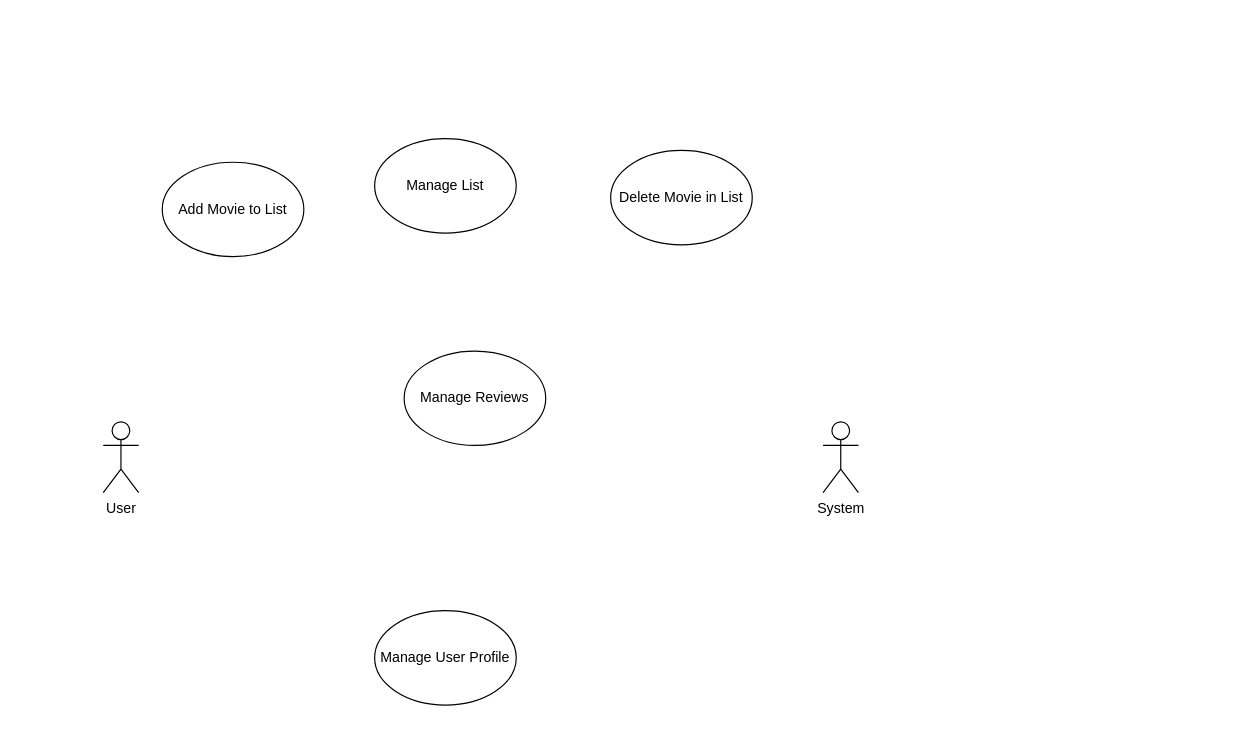
Earlier version of the draw.io diagram Use Case Diagram - MovieList.drawio (randyisalive/MovieList-FinalProject). Source tidied: cells renumbered, new cells numbered last; positions are measured from the earlier drawing's top-left corner, leaving out a move shared by most shapes. Both pictures are drawn from the tidied source at 118%, with x=0, y=0 at pixel (103, 138).
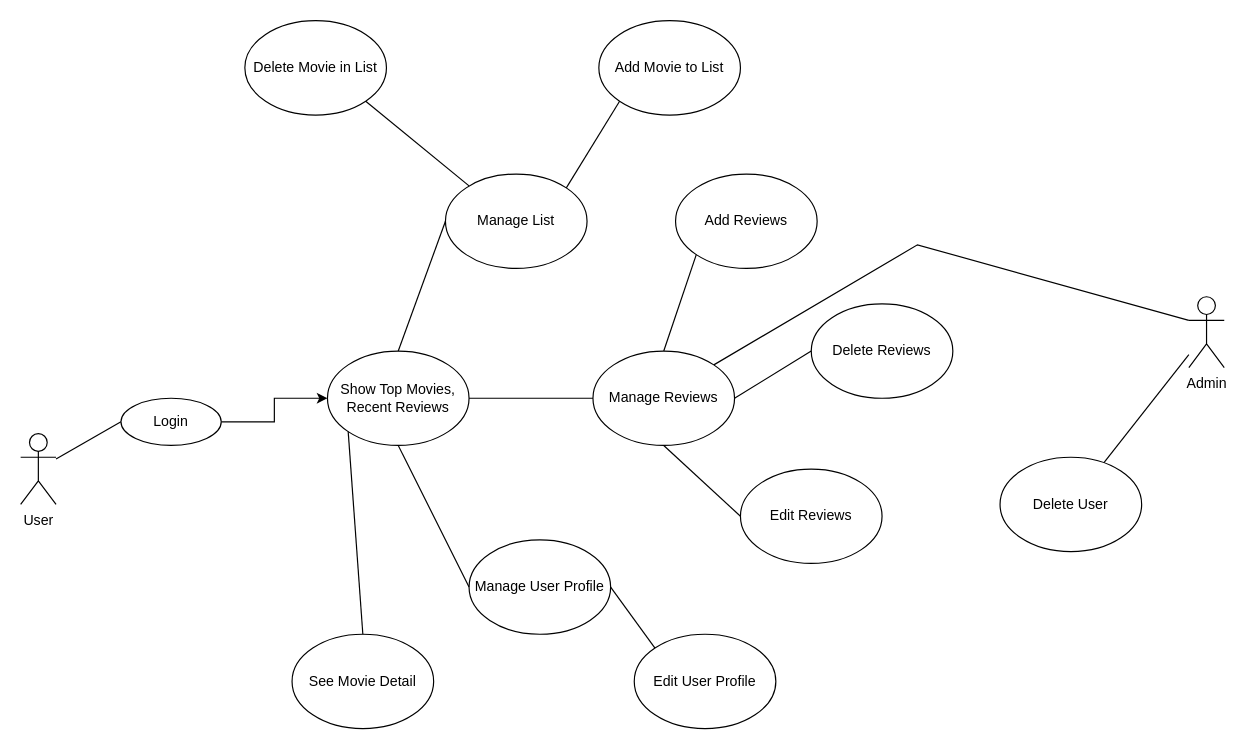
The same page after the edit.

Change to the diagram source:
```diff
@@
     <mxCell id="2" value="User" style="shape=umlActor;verticalLabelPosition=bottom;verticalAlign=top;html=1;outlineConnect=0;" parent="1" vertex="1">
-      <mxGeometry y="240" width="30" height="60" as="geometry" />
+      <mxGeometry x="-70" y="250" width="30" height="60" as="geometry" />
     </mxCell>
-    <mxCell id="3" value="System" style="shape=umlActor;verticalLabelPosition=bottom;verticalAlign=top;html=1;outlineConnect=0;" parent="1" vertex="1">
-      <mxGeometry x="610" y="240" width="30" height="60" as="geometry" />
+    <mxCell id="3" value="Admin" style="shape=umlActor;verticalLabelPosition=bottom;verticalAlign=top;html=1;outlineConnect=0;" parent="1" vertex="1">
+      <mxGeometry x="920" y="134" width="30" height="60" as="geometry" />
     </mxCell>
     <mxCell id="4" value="Manage List" style="ellipse;whiteSpace=wrap;html=1;" parent="1" vertex="1">
-      <mxGeometry x="230" width="120" height="80" as="geometry" />
+      <mxGeometry x="290" y="30" width="120" height="80" as="geometry" />
     </mxCell>
     <mxCell id="5" value="Manage Reviews" style="ellipse;whiteSpace=wrap;html=1;" parent="1" vertex="1">
-      <mxGeometry x="255" y="180" width="120" height="80" as="geometry" />
+      <mxGeometry x="415" y="180" width="120" height="80" as="geometry" />
     </mxCell>
     <mxCell id="6" value="Manage User Profile" style="ellipse;whiteSpace=wrap;html=1;" parent="1" vertex="1">
-      <mxGeometry x="230" y="400" width="120" height="80" as="geometry" />
+      <mxGeometry x="310" y="340" width="120" height="80" as="geometry" />
     </mxCell>
+    <mxCell id="8" value="Delete Movie in List" style="ellipse;whiteSpace=wrap;html=1;" parent="1" vertex="1">
+      <mxGeometry x="120" y="-100" width="120" height="80" as="geometry" />
+    </mxCell>
+    <mxCell id="9" value="Add Reviews" style="ellipse;whiteSpace=wrap;html=1;" parent="1" vertex="1">
+      <mxGeometry x="485" y="30" width="120" height="80" as="geometry" />
+    </mxCell>
+    <mxCell id="10" value="Edit Reviews" style="ellipse;whiteSpace=wrap;html=1;" parent="1" vertex="1">
+      <mxGeometry x="540" y="280" width="120" height="80" as="geometry" />
+    </mxCell>
+    <mxCell id="11" value="Delete Reviews" style="ellipse;whiteSpace=wrap;html=1;" parent="1" vertex="1">
+      <mxGeometry x="600" y="140" width="120" height="80" as="geometry" />
+    </mxCell>
+    <mxCell id="12" value="Edit User Profile" style="ellipse;whiteSpace=wrap;html=1;" parent="1" vertex="1">
+      <mxGeometry x="450" y="420" width="120" height="80" as="geometry" />
+    </mxCell>
+    <mxCell id="13" value="Delete User" style="ellipse;whiteSpace=wrap;html=1;" parent="1" vertex="1">
+      <mxGeometry x="760" y="270" width="120" height="80" as="geometry" />
+    </mxCell>
+    <mxCell id="14" style="edgeStyle=orthogonalEdgeStyle;rounded=0;jettySize=auto;html=1;" parent="1" edge="1" source="15" target="17">
+      <mxGeometry relative="1" as="geometry" />
+    </mxCell>
+    <mxCell id="15" value="Login" style="ellipse;whiteSpace=wrap;html=1;" parent="1" vertex="1">
+      <mxGeometry x="15" y="220" width="85" height="40" as="geometry" />
+    </mxCell>
+    <mxCell id="16" style="endArrow=none;html=1;rounded=0;entryX=0;entryY=0.5;entryDx=0;entryDy=0;" parent="1" edge="1" source="2" target="15">
+      <mxGeometry relative="1" as="geometry" />
+    </mxCell>
+    <mxCell id="17" value="Show Top Movies, Recent Reviews" style="ellipse;whiteSpace=wrap;html=1;" parent="1" vertex="1">
+      <mxGeometry x="190" y="180" width="120" height="80" as="geometry" />
+    </mxCell>
+    <mxCell id="18" style="endArrow=none;html=1;rounded=0;entryX=0;entryY=0.5;entryDx=0;entryDy=0;exitX=0.5;exitY=0;exitDx=0;exitDy=0;" parent="1" edge="1" source="17" target="4">
+      <mxGeometry relative="1" as="geometry" />
+    </mxCell>
+    <mxCell id="19" style="endArrow=none;html=1;rounded=0;entryX=1;entryY=1;entryDx=0;entryDy=0;" parent="1" edge="1" target="8">
+      <mxGeometry relative="1" as="geometry">
+        <mxPoint x="310" y="40" as="sourcePoint" />
+      </mxGeometry>
+    </mxCell>
     <mxCell id="7" value="Add Movie to List" style="ellipse;whiteSpace=wrap;html=1;" parent="1" vertex="1">
-      <mxGeometry x="50" y="20" width="120" height="80" as="geometry" />
+      <mxGeometry x="420" y="-100" width="120" height="80" as="geometry" />
     </mxCell>
-    <mxCell id="8" value="Delete Movie in List" style="ellipse;whiteSpace=wrap;html=1;" parent="1" vertex="1">
-      <mxGeometry x="430" y="10" width="120" height="80" as="geometry" />
-    </mxCell>
+    <mxCell id="20" style="endArrow=none;html=1;rounded=0;entryX=0;entryY=1;entryDx=0;entryDy=0;exitX=1;exitY=0;exitDx=0;exitDy=0;" parent="1" edge="1" source="4" target="7">
+      <mxGeometry relative="1" as="geometry" />
+    </mxCell>
+    <mxCell id="21" style="endArrow=none;html=1;rounded=0;entryX=1;entryY=0.5;entryDx=0;entryDy=0;exitX=0;exitY=0.5;exitDx=0;exitDy=0;" parent="1" edge="1" source="5" target="17">
+      <mxGeometry relative="1" as="geometry" />
+    </mxCell>
+    <mxCell id="22" style="endArrow=none;html=1;rounded=0;entryX=0.5;entryY=1;entryDx=0;entryDy=0;exitX=0;exitY=0.5;exitDx=0;exitDy=0;" parent="1" edge="1" source="6" target="17">
+      <mxGeometry relative="1" as="geometry" />
+    </mxCell>
+    <mxCell id="23" style="endArrow=none;html=1;rounded=0;entryX=0;entryY=1;entryDx=0;entryDy=0;exitX=0.5;exitY=0;exitDx=0;exitDy=0;" parent="1" edge="1" source="5" target="9">
+      <mxGeometry relative="1" as="geometry" />
+    </mxCell>
+    <mxCell id="24" style="endArrow=none;html=1;rounded=0;entryX=0.5;entryY=1;entryDx=0;entryDy=0;exitX=0;exitY=0.5;exitDx=0;exitDy=0;" parent="1" edge="1" source="10" target="5">
+      <mxGeometry relative="1" as="geometry" />
+    </mxCell>
+    <mxCell id="25" style="endArrow=none;html=1;rounded=0;entryX=0;entryY=0.5;entryDx=0;entryDy=0;exitX=1;exitY=0.5;exitDx=0;exitDy=0;" parent="1" edge="1" source="5" target="11">
+      <mxGeometry relative="1" as="geometry" />
+    </mxCell>
+    <mxCell id="26" style="endArrow=none;html=1;rounded=0;entryX=1;entryY=0;entryDx=0;entryDy=0;exitX=0;exitY=0.3333333333333333;exitDx=0;exitDy=0;exitPerimeter=0;" parent="1" edge="1" source="3" target="5">
+      <mxGeometry relative="1" as="geometry">
+        <Array as="points">
+          <mxPoint x="690" y="90" />
+        </Array>
+      </mxGeometry>
+    </mxCell>
+    <mxCell id="27" style="endArrow=none;html=1;rounded=0;" parent="1" edge="1" source="13" target="3">
+      <mxGeometry relative="1" as="geometry" />
+    </mxCell>
+    <mxCell id="28" style="endArrow=none;html=1;rounded=0;entryX=0;entryY=0;entryDx=0;entryDy=0;exitX=1;exitY=0.5;exitDx=0;exitDy=0;" parent="1" edge="1" source="6" target="12">
+      <mxGeometry relative="1" as="geometry" />
+    </mxCell>
+    <mxCell id="29" value="See Movie Detail" style="ellipse;whiteSpace=wrap;html=1;" parent="1" vertex="1">
+      <mxGeometry x="160" y="420" width="120" height="80" as="geometry" />
+    </mxCell>
+    <mxCell id="30" style="endArrow=none;html=1;rounded=0;entryX=0;entryY=1;entryDx=0;entryDy=0;exitX=0.5;exitY=0;exitDx=0;exitDy=0;" parent="1" edge="1" source="29" target="17">
+      <mxGeometry relative="1" as="geometry" />
+    </mxCell>
```
